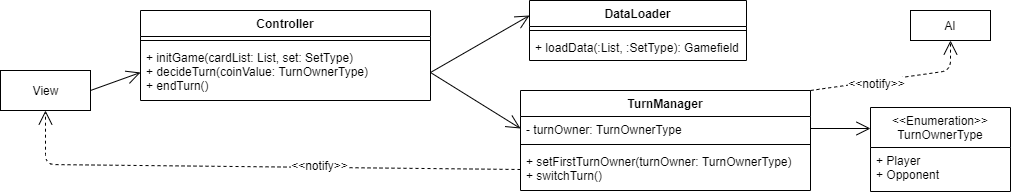
Above: process/design/Initialization_class.png in fedeOx/scalamon_tcg (draw.io), before the change. Source tidied: cells renumbered, new cells last; positions are measured from the earlier drawing's top-left corner, leaving out a move shared by most shapes.
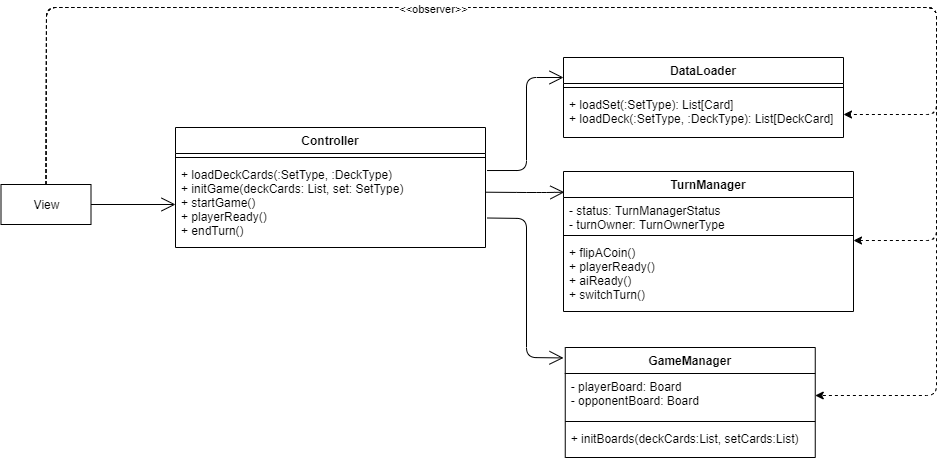
After the commit.

Diff of the diagram source:
```diff
@@ -3,78 +3,106 @@
     <mxCell id="0" />
     <mxCell id="1" parent="0" />
     <mxCell id="2" value="Controller" style="swimlane;fontStyle=1;align=center;verticalAlign=top;horizontal=1;startSize=26;" parent="1" vertex="1">
-      <mxGeometry x="140" y="10" width="290" height="90" as="geometry" />
+      <mxGeometry x="119" y="210" width="310" height="120" as="geometry" />
     </mxCell>
     <mxCell id="3" style="line;strokeWidth=1;fillColor=none;align=left;verticalAlign=middle;spacingTop=-1;spacingLeft=3;spacingRight=3;labelPosition=right;" parent="2" vertex="1">
-      <mxGeometry y="26" width="290" height="8" as="geometry" />
+      <mxGeometry y="26" width="310" height="8" as="geometry" />
     </mxCell>
-    <mxCell id="4" value="+ initGame(cardList: List, set: SetType)&#10;+ decideTurn(coinValue: TurnOwnerType)&#10;+ endTurn()" style="text;strokeColor=none;fillColor=none;align=left;verticalAlign=top;spacingLeft=4;spacingRight=4;overflow=hidden;points=[[0,0.5],[1,0.5]];portConstraint=eastwest;" parent="2" vertex="1">
-      <mxGeometry y="34" width="290" height="56" as="geometry" />
+    <mxCell id="4" value="+ loadDeckCards(:SetType, :DeckType)&#10;+ initGame(deckCards: List, set: SetType)&#10;+ startGame()&#10;+ playerReady()&#10;+ endTurn()" style="text;strokeColor=none;fillColor=none;align=left;verticalAlign=top;spacingLeft=4;spacingRight=4;overflow=hidden;points=[[0,0.5],[1,0.5]];portConstraint=eastwest;" parent="2" vertex="1">
+      <mxGeometry y="34" width="310" height="86" as="geometry" />
     </mxCell>
     <mxCell id="5" value="DataLoader" style="swimlane;fontStyle=1;align=center;verticalAlign=top;horizontal=1;startSize=26;fontSize=12;" parent="1" vertex="1">
-      <mxGeometry x="529" width="217" height="60" as="geometry" />
+      <mxGeometry x="507" y="140" width="280" height="80" as="geometry" />
     </mxCell>
     <mxCell id="6" style="line;strokeWidth=1;fillColor=none;align=left;verticalAlign=middle;spacingTop=-1;spacingLeft=3;spacingRight=3;labelPosition=right;" parent="5" vertex="1">
-      <mxGeometry y="26" width="217" height="8" as="geometry" />
+      <mxGeometry y="26" width="280" height="8" as="geometry" />
     </mxCell>
-    <mxCell id="7" value="+ loadData(:List, :SetType): Gamefield" style="text;strokeColor=none;fillColor=none;align=left;verticalAlign=top;spacingLeft=4;spacingRight=4;overflow=hidden;points=[[0,0.5],[1,0.5]];portConstraint=eastwest;" parent="5" vertex="1">
-      <mxGeometry y="34" width="217" height="26" as="geometry" />
+    <mxCell id="7" value="+ loadSet(:SetType): List[Card]&#10;+ loadDeck(:SetType, :DeckType): List[DeckCard] " style="text;strokeColor=none;fillColor=none;align=left;verticalAlign=top;spacingLeft=4;spacingRight=4;overflow=hidden;points=[[0,0.5],[1,0.5]];portConstraint=eastwest;" parent="5" vertex="1">
+      <mxGeometry y="34" width="280" height="46" as="geometry" />
     </mxCell>
     <mxCell id="8" value="TurnManager" style="swimlane;fontStyle=1;align=center;verticalAlign=top;horizontal=1;startSize=26;" parent="1" vertex="1">
-      <mxGeometry x="520" y="90" width="290" height="100" as="geometry" />
+      <mxGeometry x="507" y="254" width="290" height="140" as="geometry" />
     </mxCell>
-    <mxCell id="9" value="- turnOwner: TurnOwnerType" style="text;strokeColor=none;fillColor=none;align=left;verticalAlign=top;spacingLeft=4;spacingRight=4;overflow=hidden;points=[[0,0.5],[1,0.5]];portConstraint=eastwest;" parent="8" vertex="1">
-      <mxGeometry y="26" width="290" height="24" as="geometry" />
+    <mxCell id="9" value="- status: TurnManagerStatus&#10;- turnOwner: TurnOwnerType" style="text;strokeColor=none;fillColor=none;align=left;verticalAlign=top;spacingLeft=4;spacingRight=4;overflow=hidden;points=[[0,0.5],[1,0.5]];portConstraint=eastwest;" parent="8" vertex="1">
+      <mxGeometry y="26" width="290" height="34" as="geometry" />
     </mxCell>
     <mxCell id="10" style="line;strokeWidth=1;fillColor=none;align=left;verticalAlign=middle;spacingTop=-1;spacingLeft=3;spacingRight=3;labelPosition=right;" parent="8" vertex="1">
-      <mxGeometry y="50" width="290" height="8" as="geometry" />
+      <mxGeometry y="60" width="290" height="8" as="geometry" />
     </mxCell>
-    <mxCell id="11" value="+ setFirstTurnOwner(turnOwner: TurnOwnerType)&#10;+ switchTurn()&#10;" style="text;strokeColor=none;fillColor=none;align=left;verticalAlign=top;spacingLeft=4;spacingRight=4;overflow=hidden;points=[[0,0.5],[1,0.5]];portConstraint=eastwest;" parent="8" vertex="1">
-      <mxGeometry y="58" width="290" height="42" as="geometry" />
+    <mxCell id="11" value="+ flipACoin()&#10;+ playerReady()&#10;+ aiReady()&#10;+ switchTurn()&#10;" style="text;strokeColor=none;fillColor=none;align=left;verticalAlign=top;spacingLeft=4;spacingRight=4;overflow=hidden;points=[[0,0.5],[1,0.5]];portConstraint=eastwest;" parent="8" vertex="1">
+      <mxGeometry y="68" width="290" height="72" as="geometry" />
     </mxCell>
-    <mxCell id="12" value="&lt;&lt;Enumeration&gt;&gt;&#10;TurnOwnerType" style="swimlane;fontStyle=0;horizontal=1;startSize=40;fillColor=none;" parent="1" vertex="1">
-      <mxGeometry x="870" y="107" width="140" height="84" as="geometry" />
+    <mxCell id="12" value="GameManager" style="swimlane;fontStyle=1;align=center;verticalAlign=top;horizontal=1;startSize=26;" parent="1" vertex="1">
+      <mxGeometry x="508.8" y="430" width="250" height="110" as="geometry" />
     </mxCell>
-    <mxCell id="13" value="+ Player&#10;+ Opponent" style="text;strokeColor=none;fillColor=none;align=left;verticalAlign=top;spacingLeft=4;spacingRight=4;overflow=hidden;points=[[0,0.5],[1,0.5]];portConstraint=eastwest;" parent="12" vertex="1">
-      <mxGeometry y="40" width="140" height="44" as="geometry" />
+    <mxCell id="13" value="- playerBoard: Board&#10;- opponentBoard: Board" style="text;strokeColor=none;fillColor=none;align=left;verticalAlign=top;spacingLeft=4;spacingRight=4;overflow=hidden;points=[[0,0.5],[1,0.5]];portConstraint=eastwest;" parent="12" vertex="1">
+      <mxGeometry y="26" width="250" height="44" as="geometry" />
     </mxCell>
-    <mxCell id="14" value="View" style="html=1;" parent="1" vertex="1">
-      <mxGeometry y="70" width="90" height="40" as="geometry" />
+    <mxCell id="14" style="line;strokeWidth=1;fillColor=none;align=left;verticalAlign=middle;spacingTop=-1;spacingLeft=3;spacingRight=3;labelPosition=right;points=[];portConstraint=eastwest;" parent="12" vertex="1">
+      <mxGeometry y="70" width="250" height="8" as="geometry" />
     </mxCell>
-    <mxCell id="15" style="endArrow=open;endFill=1;endSize=12;html=1;exitX=1;exitY=0.5;exitDx=0;exitDy=0;entryX=0;entryY=0.5;entryDx=0;entryDy=0;" parent="1" edge="1" source="14" target="4">
-      <mxGeometry relative="1" as="geometry" />
+    <mxCell id="15" value="+ initBoards(deckCards:List, setCards:List)" style="text;strokeColor=none;fillColor=none;align=left;verticalAlign=top;spacingLeft=4;spacingRight=4;overflow=hidden;" parent="12" vertex="1">
+      <mxGeometry y="78" width="250" height="32" as="geometry" />
     </mxCell>
-    <mxCell id="16" style="endArrow=open;endFill=1;endSize=12;html=1;exitX=1;exitY=0.5;exitDx=0;exitDy=0;entryX=0;entryY=0.25;entryDx=0;entryDy=0;" parent="1" edge="1" source="4" target="5">
-      <mxGeometry relative="1" as="geometry" />
+    <mxCell id="16" value="View" style="html=1;" parent="1" vertex="1">
+      <mxGeometry x="-55.5" y="267" width="90" height="40" as="geometry" />
     </mxCell>
-    <mxCell id="17" style="endArrow=open;endFill=1;endSize=12;html=1;exitX=1;exitY=0.5;exitDx=0;exitDy=0;entryX=0;entryY=0.5;entryDx=0;entryDy=0;" parent="1" edge="1" source="4" target="9">
+    <mxCell id="17" style="endArrow=open;endFill=1;endSize=12;html=1;exitX=1;exitY=0.5;exitDx=0;exitDy=0;entryX=0;entryY=0.5;entryDx=0;entryDy=0;" parent="1" edge="1" source="16" target="4">
       <mxGeometry relative="1" as="geometry" />
     </mxCell>
-    <mxCell id="18" style="endArrow=open;endFill=1;endSize=12;html=1;exitX=1;exitY=0.5;exitDx=0;exitDy=0;entryX=0;entryY=0.25;entryDx=0;entryDy=0;" parent="1" edge="1" source="9" target="12">
-      <mxGeometry relative="1" as="geometry" />
+    <mxCell id="18" style="endArrow=open;endFill=1;endSize=12;html=1;entryX=0;entryY=0.25;entryDx=0;entryDy=0;exitX=1.005;exitY=0.105;exitDx=0;exitDy=0;exitPerimeter=0;" parent="1" edge="1" source="4" target="5">
+      <mxGeometry relative="1" as="geometry">
+        <Array as="points">
+          <mxPoint x="470" y="253" />
+          <mxPoint x="470" y="160" />
+        </Array>
+      </mxGeometry>
     </mxCell>
-    <mxCell id="19" style="endArrow=open;endFill=1;endSize=12;html=1;entryX=0.5;entryY=1;entryDx=0;entryDy=0;dashed=1;exitX=0;exitY=0.5;exitDx=0;exitDy=0;" parent="1" edge="1" source="11" target="14">
+    <mxCell id="19" style="endArrow=open;endFill=1;endSize=12;html=1;entryX=0.003;entryY=0.148;entryDx=0;entryDy=0;exitX=0.999;exitY=0.357;exitDx=0;exitDy=0;exitPerimeter=0;entryPerimeter=0;" parent="1" edge="1" source="4" target="8">
       <mxGeometry relative="1" as="geometry">
         <Array as="points">
-          <mxPoint x="45" y="164" />
+          <mxPoint x="470" y="275" />
+          <mxPoint x="490" y="275" />
         </Array>
       </mxGeometry>
     </mxCell>
-    <mxCell id="20" value="&lt;font color=&quot;#000000&quot;&gt;&amp;lt;&amp;lt;notify&amp;gt;&amp;gt;&lt;/font&gt;" style="edgeLabel;html=1;align=center;verticalAlign=middle;fontSize=12;fontColor=#009900;" parent="19" vertex="1">
-      <mxGeometry x="-0.23" y="-2" relative="1" as="geometry" />
+    <mxCell id="20" style="endArrow=open;endFill=1;endSize=12;html=1;entryX=-0.007;entryY=0.095;entryDx=0;entryDy=0;exitX=1.005;exitY=0.657;exitDx=0;exitDy=0;exitPerimeter=0;entryPerimeter=0;" parent="1" edge="1" source="4" target="12">
+      <mxGeometry relative="1" as="geometry">
+        <Array as="points">
+          <mxPoint x="470" y="301" />
+          <mxPoint x="470" y="440" />
+        </Array>
+      </mxGeometry>
     </mxCell>
-    <mxCell id="21" value="AI" style="rounded=0;whiteSpace=wrap;html=1;" parent="1" vertex="1">
-      <mxGeometry x="910" y="10" width="80" height="30" as="geometry" />
+    <mxCell id="21" style="endArrow=classic;html=1;strokeWidth=1;entryX=1;entryY=0.5;entryDx=0;entryDy=0;exitX=0.5;exitY=0;exitDx=0;exitDy=0;dashed=1;" parent="1" edge="1" source="16" target="7">
+      <mxGeometry relative="1" as="geometry">
+        <Array as="points">
+          <mxPoint x="-10" y="90" />
+          <mxPoint x="880" y="90" />
+          <mxPoint x="880" y="197" />
+        </Array>
+      </mxGeometry>
     </mxCell>
-    <mxCell id="22" style="endArrow=open;endFill=1;endSize=12;html=1;entryX=0.5;entryY=1;entryDx=0;entryDy=0;dashed=1;exitX=1;exitY=0;exitDx=0;exitDy=0;" parent="1" edge="1" source="8" target="21">
+    <mxCell id="22" style="endArrow=classic;html=1;strokeWidth=1;entryX=1;entryY=0.014;entryDx=0;entryDy=0;entryPerimeter=0;exitX=0.5;exitY=0;exitDx=0;exitDy=0;dashed=1;" parent="1" edge="1" source="16" target="11">
       <mxGeometry relative="1" as="geometry">
         <Array as="points">
-          <mxPoint x="950" y="70" />
+          <mxPoint x="-10" y="90" />
+          <mxPoint x="880" y="90" />
+          <mxPoint x="880" y="323" />
         </Array>
       </mxGeometry>
     </mxCell>
-    <mxCell id="23" value="&lt;font color=&quot;#000000&quot;&gt;&amp;lt;&amp;lt;notify&amp;gt;&amp;gt;&lt;/font&gt;" style="edgeLabel;html=1;align=center;verticalAlign=middle;fontSize=12;fontColor=#009900;" parent="22" vertex="1">
-      <mxGeometry x="-0.23" y="-2" relative="1" as="geometry" />
+    <mxCell id="23" style="endArrow=classic;html=1;strokeWidth=1;exitX=0.5;exitY=0;exitDx=0;exitDy=0;dashed=1;entryX=1;entryY=0.5;entryDx=0;entryDy=0;" parent="1" edge="1" source="16" target="13">
+      <mxGeometry relative="1" as="geometry">
+        <Array as="points">
+          <mxPoint x="-10" y="90" />
+          <mxPoint x="880" y="90" />
+          <mxPoint x="880" y="478" />
+        </Array>
+      </mxGeometry>
     </mxCell>
+    <mxCell id="24" value="&amp;lt;&amp;lt;observer&amp;gt;&amp;gt;" style="edgeLabel;html=1;align=center;verticalAlign=middle;" parent="23" vertex="1">
+      <mxGeometry x="-0.28" y="-1" relative="1" as="geometry" />
+    </mxCell>
   </root>
 </mxGraphModel>
```
